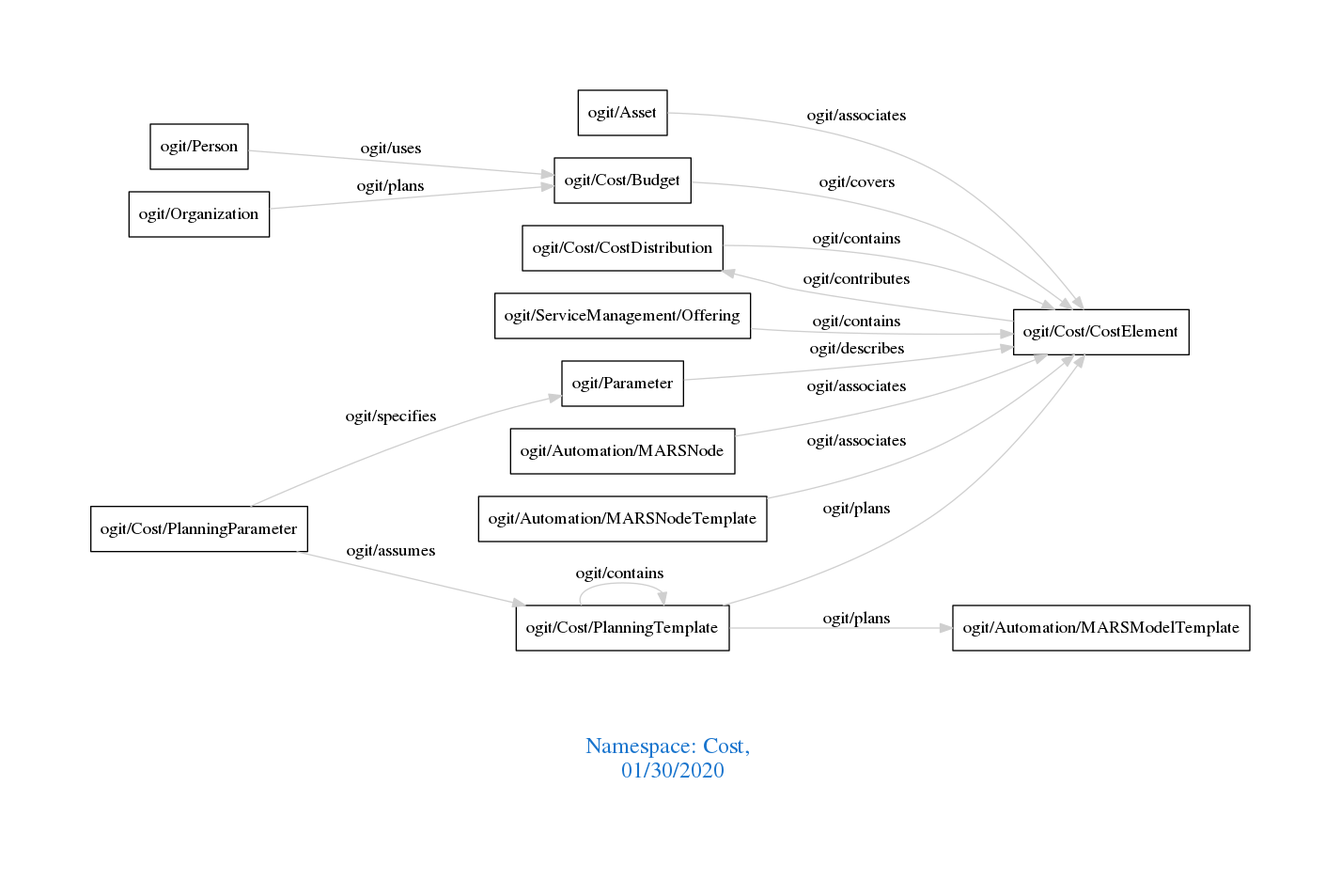
Above: downloads/Cost.png in arago/OGIT (Graphviz), before the change. Its source is kept beside it as downloads/Cost.dot.
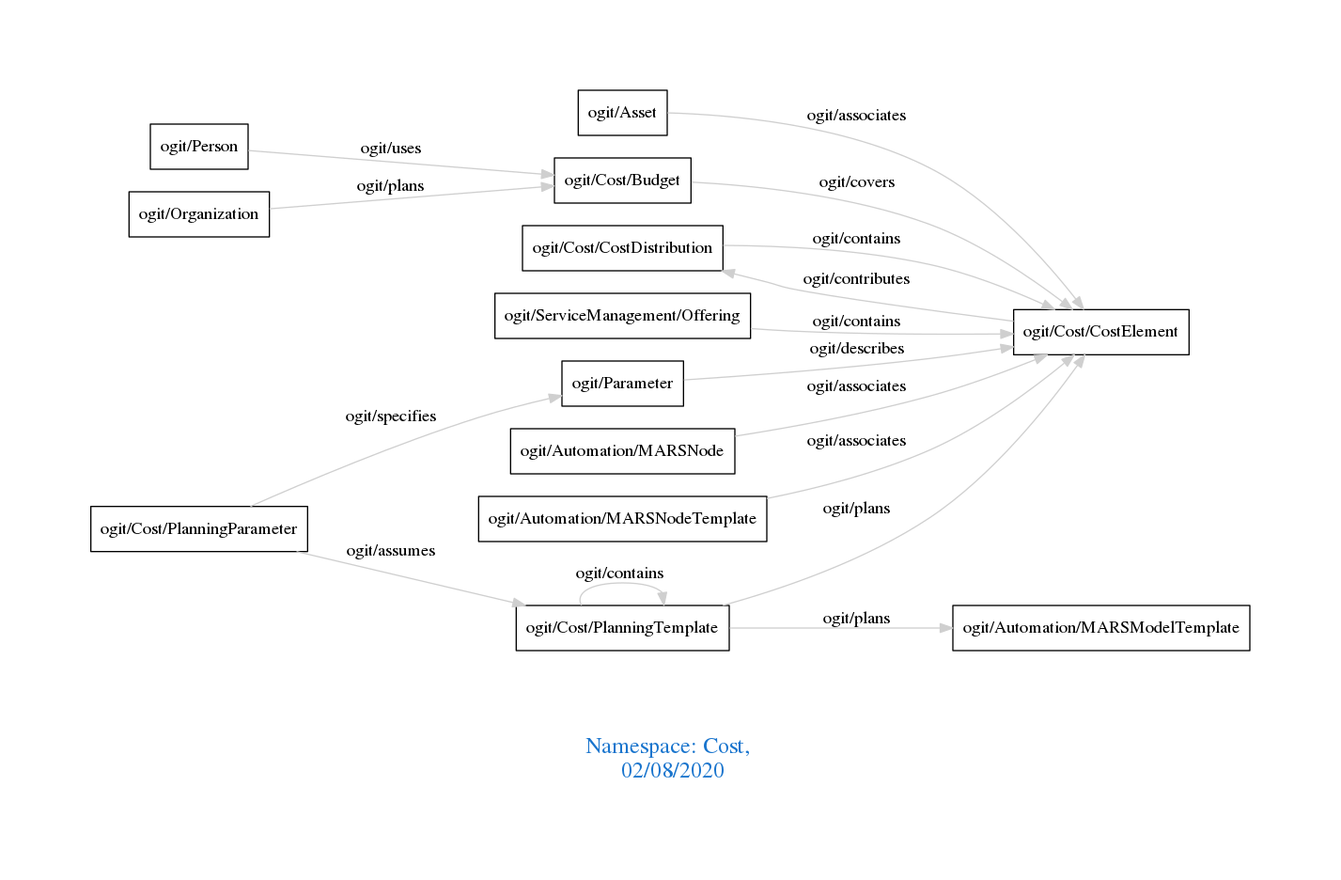
Above is the later version.

The edit, as a diff of the source:
```diff
@@ -1,7 +1,7 @@
 digraph OGIT_ontology {
  graph [ rankdir= LR,pad=1
 fontsize = 18,
-fontcolor= dodgerblue3,label = "\n\n\nNamespace: Cost, \n 01/30/2020"];
+fontcolor= dodgerblue3,label = "\n\n\nNamespace: Cost, \n 02/08/2020"];
 node[shape=polygon];
 edge [  color="gray81"];
 
```
